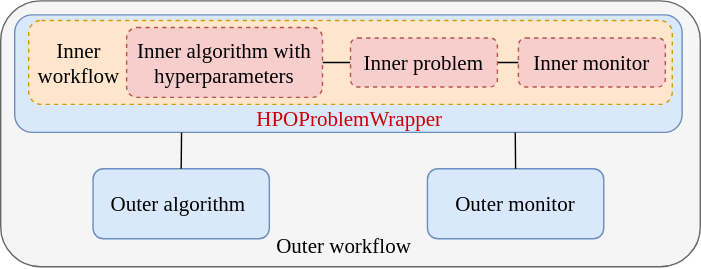
This is docs/source/_static/HPO_structure.svg from EMI-Group/evox, a draw.io export, as it was before one commit. Source tidied: cells renumbered, new cells last; positions are measured from the earlier drawing's top-left corner, leaving out a move shared by most shapes. Its diagram source:
```xml
<mxGraphModel>
  <root>
    <mxCell id="0" />
    <mxCell id="1" parent="0" />
    <mxCell id="2" style="rounded=1;whiteSpace=wrap;html=1;fillColor=#f5f5f5;fontColor=#333333;strokeColor=#666666;" parent="1" vertex="1">
      <mxGeometry width="500" height="190" as="geometry" />
    </mxCell>
    <mxCell id="3" style="group;fillColor=none;strokeColor=none;" parent="1" vertex="1">
      <mxGeometry x="10" y="10" width="477" height="89" as="geometry" />
    </mxCell>
    <mxCell id="4" style="rounded=1;whiteSpace=wrap;html=1;fillColor=#dae8fc;fillStyle=auto;strokeColor=#6c8ebf;" parent="3" vertex="1">
      <mxGeometry width="477" height="84" as="geometry" />
    </mxCell>
    <mxCell id="5" style="rounded=1;whiteSpace=wrap;html=1;fillColor=#ffe6cc;dashed=1;strokeColor=#d79b00;" parent="3" vertex="1">
      <mxGeometry x="10" y="4" width="460" height="60" as="geometry" />
    </mxCell>
    <mxCell id="6" style="edgeStyle=orthogonalEdgeStyle;rounded=0;jettySize=auto;html=1;endArrow=none;endFill=0;" parent="3" edge="1" source="7" target="9">
      <mxGeometry relative="1" as="geometry" />
    </mxCell>
    <mxCell id="7" value="&lt;font style=&quot;font-size: 15px;&quot; face=&quot;Times New Roman&quot;&gt;Inner algorithm with &lt;font style=&quot;color: rgb(0, 0, 0);&quot;&gt;hyperparameters&lt;/font&gt;&lt;/font&gt;" style="rounded=1;whiteSpace=wrap;html=1;fillColor=#f8cecc;strokeColor=#b85450;dashed=1;" parent="3" vertex="1">
      <mxGeometry x="80" y="9" width="140" height="50" as="geometry" />
    </mxCell>
    <mxCell id="8" style="edgeStyle=orthogonalEdgeStyle;rounded=0;jettySize=auto;html=1;endArrow=none;endFill=0;" parent="3" edge="1" source="9" target="10">
      <mxGeometry relative="1" as="geometry" />
    </mxCell>
    <mxCell id="9" value="&lt;font style=&quot;font-size: 15px;&quot; face=&quot;Times New Roman&quot;&gt;Inner problem&lt;/font&gt;" style="rounded=1;whiteSpace=wrap;html=1;fillColor=#f8cecc;strokeColor=#b85450;dashed=1;" parent="3" vertex="1">
      <mxGeometry x="240" y="16.5" width="105" height="35" as="geometry" />
    </mxCell>
    <mxCell id="10" value="&lt;font style=&quot;font-size: 15px;&quot; face=&quot;Times New Roman&quot;&gt;Inner monitor&lt;/font&gt;" style="rounded=1;whiteSpace=wrap;html=1;fillColor=#f8cecc;strokeColor=#b85450;dashed=1;" parent="3" vertex="1">
      <mxGeometry x="360" y="16.5" width="105" height="35" as="geometry" />
    </mxCell>
    <mxCell id="11" value="&lt;font style=&quot;font-size: 15px;&quot; face=&quot;Times New Roman&quot;&gt;Inner workflow&lt;/font&gt;" style="text;html=1;align=center;verticalAlign=middle;whiteSpace=wrap;rounded=0;" parent="3" vertex="1">
      <mxGeometry x="16" y="19" width="60" height="30" as="geometry" />
    </mxCell>
    <mxCell id="12" value="&lt;font style=&quot;font-size: 15px; color: rgb(204, 0, 0);&quot; face=&quot;Times New Roman&quot;&gt;HPOProblemWrapper&lt;/font&gt;" style="text;html=1;align=center;verticalAlign=middle;strokeColor=none;fillColor=none;" parent="3" vertex="1">
      <mxGeometry x="158.5" y="59" width="160" height="30" as="geometry" />
    </mxCell>
    <mxCell id="13" value="&lt;span style=&quot;font-family: &amp;quot;Times New Roman&amp;quot;; font-size: 15px;&quot;&gt;Outer algorithm&amp;nbsp;&lt;/span&gt;" style="rounded=1;whiteSpace=wrap;html=1;fillColor=#dae8fc;strokeColor=#6c8ebf;" parent="1" vertex="1">
      <mxGeometry x="66" y="120" width="126" height="50" as="geometry" />
    </mxCell>
    <mxCell id="14" style="endArrow=none;html=1;rounded=0;exitX=0.5;exitY=0;exitDx=0;exitDy=0;entryX=0.25;entryY=1;entryDx=0;entryDy=0;" parent="1" edge="1" source="13" target="4">
      <mxGeometry relative="1" as="geometry" />
    </mxCell>
    <mxCell id="15" value="&lt;span style=&quot;font-family: &amp;quot;Times New Roman&amp;quot;; font-size: 15px;&quot;&gt;Outer monitor&lt;/span&gt;" style="rounded=1;whiteSpace=wrap;html=1;fillColor=#dae8fc;strokeColor=#6c8ebf;" parent="1" vertex="1">
      <mxGeometry x="305" y="120" width="126" height="50" as="geometry" />
    </mxCell>
    <mxCell id="16" style="endArrow=none;html=1;rounded=0;exitX=0.5;exitY=0;exitDx=0;exitDy=0;entryX=0.75;entryY=1;entryDx=0;entryDy=0;" parent="1" edge="1" source="15" target="4">
      <mxGeometry relative="1" as="geometry" />
    </mxCell>
    <mxCell id="17" value="&lt;font style=&quot;font-size: 15px;&quot; face=&quot;Times New Roman&quot;&gt;Outer workflow&lt;/font&gt;" style="text;html=1;align=center;verticalAlign=middle;strokeColor=none;fillColor=none;" parent="1" vertex="1">
      <mxGeometry x="185" y="160" width="120" height="30" as="geometry" />
    </mxCell>
  </root>
</mxGraphModel>
```
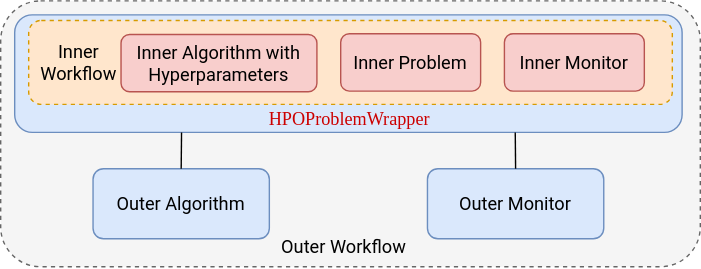
After the commit.

What changed in the source:
```diff
@@ -2,11 +2,11 @@
   <root>
     <mxCell id="0" />
     <mxCell id="1" parent="0" />
-    <mxCell id="2" style="rounded=1;whiteSpace=wrap;html=1;fillColor=#f5f5f5;fontColor=#333333;strokeColor=#666666;" parent="1" vertex="1">
+    <mxCell id="2" style="rounded=1;whiteSpace=wrap;html=1;fillColor=#f5f5f5;fontColor=#333333;strokeColor=#666666;dashed=1;" parent="1" vertex="1">
       <mxGeometry width="500" height="190" as="geometry" />
     </mxCell>
     <mxCell id="3" style="group;fillColor=none;strokeColor=none;" parent="1" vertex="1">
-      <mxGeometry x="10" y="10" width="477" height="89" as="geometry" />
+      <mxGeometry x="10" y="10" width="477" height="94" as="geometry" />
     </mxCell>
     <mxCell id="4" style="rounded=1;whiteSpace=wrap;html=1;fillColor=#dae8fc;fillStyle=auto;strokeColor=#6c8ebf;" parent="3" vertex="1">
       <mxGeometry width="477" height="84" as="geometry" />
@@ -14,41 +14,35 @@
     <mxCell id="5" style="rounded=1;whiteSpace=wrap;html=1;fillColor=#ffe6cc;dashed=1;strokeColor=#d79b00;" parent="3" vertex="1">
       <mxGeometry x="10" y="4" width="460" height="60" as="geometry" />
     </mxCell>
-    <mxCell id="6" style="edgeStyle=orthogonalEdgeStyle;rounded=0;jettySize=auto;html=1;endArrow=none;endFill=0;" parent="3" edge="1" source="7" target="9">
-      <mxGeometry relative="1" as="geometry" />
-    </mxCell>
-    <mxCell id="7" value="&lt;font style=&quot;font-size: 15px;&quot; face=&quot;Times New Roman&quot;&gt;Inner algorithm with &lt;font style=&quot;color: rgb(0, 0, 0);&quot;&gt;hyperparameters&lt;/font&gt;&lt;/font&gt;" style="rounded=1;whiteSpace=wrap;html=1;fillColor=#f8cecc;strokeColor=#b85450;dashed=1;" parent="3" vertex="1">
-      <mxGeometry x="80" y="9" width="140" height="50" as="geometry" />
+    <mxCell id="7" value="&lt;font face=&quot;Roboto&quot; style=&quot;font-size: 13px;&quot;&gt;Inner Algorithm with Hyperparameters&lt;/font&gt;" style="rounded=1;whiteSpace=wrap;html=1;fillColor=#f8cecc;strokeColor=#b85450;" parent="3" vertex="1">
+      <mxGeometry x="76" y="14" width="140" height="41" as="geometry" />
     </mxCell>
-    <mxCell id="8" style="edgeStyle=orthogonalEdgeStyle;rounded=0;jettySize=auto;html=1;endArrow=none;endFill=0;" parent="3" edge="1" source="9" target="10">
-      <mxGeometry relative="1" as="geometry" />
-    </mxCell>
-    <mxCell id="9" value="&lt;font style=&quot;font-size: 15px;&quot; face=&quot;Times New Roman&quot;&gt;Inner problem&lt;/font&gt;" style="rounded=1;whiteSpace=wrap;html=1;fillColor=#f8cecc;strokeColor=#b85450;dashed=1;" parent="3" vertex="1">
-      <mxGeometry x="240" y="16.5" width="105" height="35" as="geometry" />
+    <mxCell id="9" value="&lt;font face=&quot;Roboto&quot; style=&quot;font-size: 13px;&quot;&gt;Inner Problem&lt;/font&gt;" style="rounded=1;whiteSpace=wrap;html=1;fillColor=#f8cecc;strokeColor=#b85450;" parent="3" vertex="1">
+      <mxGeometry x="233" y="13.5" width="100" height="41" as="geometry" />
     </mxCell>
-    <mxCell id="10" value="&lt;font style=&quot;font-size: 15px;&quot; face=&quot;Times New Roman&quot;&gt;Inner monitor&lt;/font&gt;" style="rounded=1;whiteSpace=wrap;html=1;fillColor=#f8cecc;strokeColor=#b85450;dashed=1;" parent="3" vertex="1">
-      <mxGeometry x="360" y="16.5" width="105" height="35" as="geometry" />
+    <mxCell id="10" value="&lt;font face=&quot;Roboto&quot; style=&quot;font-size: 13px;&quot;&gt;Inner Monitor&lt;/font&gt;" style="rounded=1;whiteSpace=wrap;html=1;fillColor=#f8cecc;strokeColor=#b85450;" parent="3" vertex="1">
+      <mxGeometry x="350" y="13.5" width="100" height="41" as="geometry" />
     </mxCell>
-    <mxCell id="11" value="&lt;font style=&quot;font-size: 15px;&quot; face=&quot;Times New Roman&quot;&gt;Inner workflow&lt;/font&gt;" style="text;html=1;align=center;verticalAlign=middle;whiteSpace=wrap;rounded=0;" parent="3" vertex="1">
+    <mxCell id="11" value="&lt;font face=&quot;Roboto&quot; style=&quot;font-size: 13px;&quot;&gt;Inner Workflow&lt;/font&gt;" style="text;html=1;align=center;verticalAlign=middle;whiteSpace=wrap;rounded=0;" parent="3" vertex="1">
       <mxGeometry x="16" y="19" width="60" height="30" as="geometry" />
     </mxCell>
-    <mxCell id="12" value="&lt;font style=&quot;font-size: 15px; color: rgb(204, 0, 0);&quot; face=&quot;Times New Roman&quot;&gt;HPOProblemWrapper&lt;/font&gt;" style="text;html=1;align=center;verticalAlign=middle;strokeColor=none;fillColor=none;" parent="3" vertex="1">
-      <mxGeometry x="158.5" y="59" width="160" height="30" as="geometry" />
+    <mxCell id="12" value="&lt;font face=&quot;Inconsolata&quot; style=&quot;color: rgb(204, 0, 0); font-size: 13px;&quot;&gt;HPOProblemWrapper&lt;/font&gt;" style="text;html=1;align=center;verticalAlign=middle;strokeColor=none;fillColor=none;" parent="3" vertex="1">
+      <mxGeometry x="163.5" y="59" width="150" height="30" as="geometry" />
     </mxCell>
-    <mxCell id="13" value="&lt;span style=&quot;font-family: &amp;quot;Times New Roman&amp;quot;; font-size: 15px;&quot;&gt;Outer algorithm&amp;nbsp;&lt;/span&gt;" style="rounded=1;whiteSpace=wrap;html=1;fillColor=#dae8fc;strokeColor=#6c8ebf;" parent="1" vertex="1">
+    <mxCell id="13" value="&lt;font style=&quot;font-size: 13px;&quot; face=&quot;Roboto&quot;&gt;Outer Algorithm&lt;/font&gt;" style="rounded=1;whiteSpace=wrap;html=1;fillColor=#dae8fc;strokeColor=#6c8ebf;" parent="1" vertex="1">
       <mxGeometry x="66" y="120" width="126" height="50" as="geometry" />
     </mxCell>
     <mxCell id="14" style="endArrow=none;html=1;rounded=0;exitX=0.5;exitY=0;exitDx=0;exitDy=0;entryX=0.25;entryY=1;entryDx=0;entryDy=0;" parent="1" edge="1" source="13" target="4">
       <mxGeometry relative="1" as="geometry" />
     </mxCell>
-    <mxCell id="15" value="&lt;span style=&quot;font-family: &amp;quot;Times New Roman&amp;quot;; font-size: 15px;&quot;&gt;Outer monitor&lt;/span&gt;" style="rounded=1;whiteSpace=wrap;html=1;fillColor=#dae8fc;strokeColor=#6c8ebf;" parent="1" vertex="1">
+    <mxCell id="15" value="&lt;font style=&quot;font-size: 13px;&quot; face=&quot;Roboto&quot;&gt;Outer Monitor&lt;/font&gt;" style="rounded=1;whiteSpace=wrap;html=1;fillColor=#dae8fc;strokeColor=#6c8ebf;" parent="1" vertex="1">
       <mxGeometry x="305" y="120" width="126" height="50" as="geometry" />
     </mxCell>
     <mxCell id="16" style="endArrow=none;html=1;rounded=0;exitX=0.5;exitY=0;exitDx=0;exitDy=0;entryX=0.75;entryY=1;entryDx=0;entryDy=0;" parent="1" edge="1" source="15" target="4">
       <mxGeometry relative="1" as="geometry" />
     </mxCell>
-    <mxCell id="17" value="&lt;font style=&quot;font-size: 15px;&quot; face=&quot;Times New Roman&quot;&gt;Outer workflow&lt;/font&gt;" style="text;html=1;align=center;verticalAlign=middle;strokeColor=none;fillColor=none;" parent="1" vertex="1">
-      <mxGeometry x="185" y="160" width="120" height="30" as="geometry" />
+    <mxCell id="17" value="&lt;font face=&quot;Roboto&quot; style=&quot;font-size: 13px;&quot;&gt;Outer Workflow&lt;/font&gt;" style="text;html=1;align=center;verticalAlign=middle;strokeColor=none;fillColor=none;" parent="1" vertex="1">
+      <mxGeometry x="190" y="161" width="110" height="30" as="geometry" />
     </mxCell>
   </root>
 </mxGraphModel>
```
